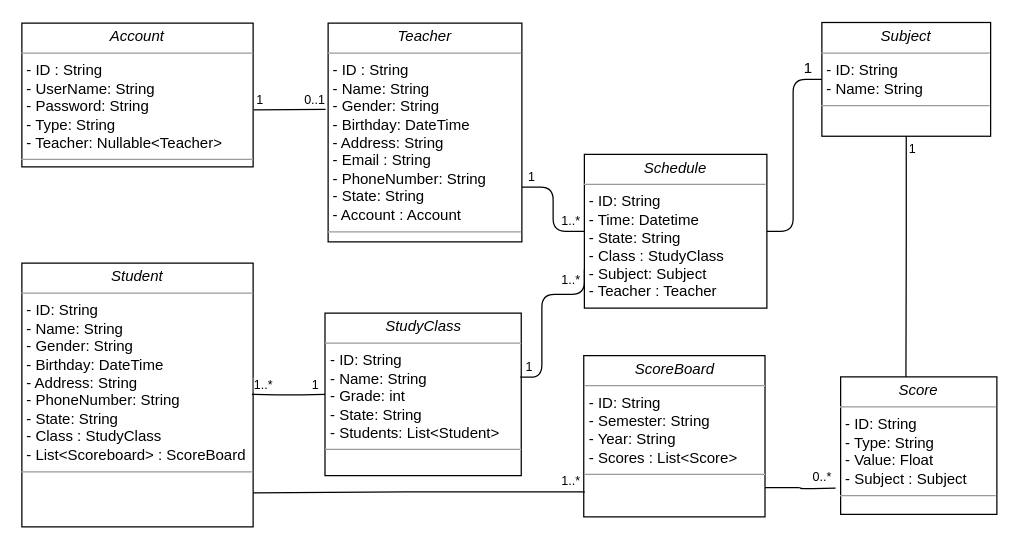
This is Docs/Class Diagram.drawio from lydongcanh/DO-AN-CONG-NGHE-MOI, a draw.io file, before an edit. Source tidied: cells renumbered, new cells numbered last; positions are measured from the earlier drawing's top-left corner, leaving out a move shared by most shapes. Both pictures are drawn from the tidied source at 125%, with x=0, y=0 at pixel (21, 21).
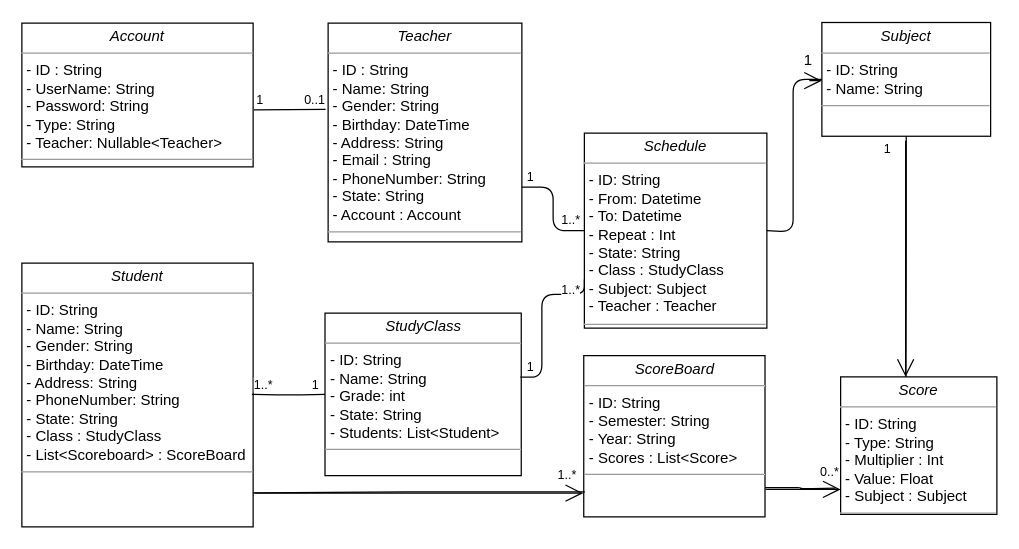
After the change.

Unchanged cells that the change refers to:
```xml
<mxCell id="6" value="&lt;p style=&quot;margin: 0px ; margin-top: 4px ; text-align: center&quot;&gt;&lt;i&gt;ScoreBoard&lt;/i&gt;&lt;/p&gt;&lt;hr size=&quot;1&quot;&gt;&lt;p style=&quot;margin: 0px ; margin-left: 4px&quot;&gt;- ID: String&lt;/p&gt;&lt;p style=&quot;margin: 0px ; margin-left: 4px&quot;&gt;- Semester: String&lt;/p&gt;&lt;p style=&quot;margin: 0px ; margin-left: 4px&quot;&gt;- Year: String&lt;/p&gt;&lt;p style=&quot;margin: 0px ; margin-left: 4px&quot;&gt;- Scores : List&amp;lt;Score&amp;gt;&lt;/p&gt;&lt;hr size=&quot;1&quot;&gt;&lt;p style=&quot;margin: 0px ; margin-left: 4px&quot;&gt;&lt;br&gt;&lt;br&gt;&lt;/p&gt;" style="verticalAlign=top;align=left;overflow=fill;fontSize=12;fontFamily=Helvetica;html=1;rounded=0;shadow=0;comic=0;labelBackgroundColor=none;strokeColor=#000000;strokeWidth=1;fillColor=#ffffff;" parent="1" vertex="1">
  <mxGeometry x="449.5" y="267" width="145" height="129" as="geometry" />
</mxCell>
<mxCell id="13" style="endArrow=none;html=1;edgeStyle=orthogonalEdgeStyle;strokeColor=#000000;exitX=0.5;exitY=1;exitDx=0;exitDy=0;entryX=0.418;entryY=0;entryDx=0;entryDy=0;entryPerimeter=0;" parent="1" edge="1" source="5" target="7">
  <mxGeometry relative="1" as="geometry">
    <Array as="points">
      <mxPoint x="708" y="187" />
      <mxPoint x="707" y="187" />
    </Array>
  </mxGeometry>
</mxCell>
<mxCell id="24" style="endArrow=none;html=1;edgeStyle=orthogonalEdgeStyle;strokeColor=#000000;exitX=0.006;exitY=0.845;exitDx=0;exitDy=0;exitPerimeter=0;entryX=1;entryY=0.871;entryDx=0;entryDy=0;entryPerimeter=0;" parent="1" edge="1" source="6" target="8">
  <mxGeometry relative="1" as="geometry" />
</mxCell>
<mxCell id="26" style="endArrow=none;html=1;edgeStyle=orthogonalEdgeStyle;strokeColor=#000000;entryX=1;entryY=0.818;entryDx=0;entryDy=0;entryPerimeter=0;" parent="1" edge="1" target="6">
  <mxGeometry relative="1" as="geometry">
    <mxPoint x="651" y="373" as="sourcePoint" />
  </mxGeometry>
</mxCell>
```

What changed in the source:
```diff
@@
-    <mxCell id="4" value="&lt;p style=&quot;margin: 0px ; margin-top: 4px ; text-align: center&quot;&gt;&lt;i&gt;Schedule&lt;/i&gt;&lt;/p&gt;&lt;hr size=&quot;1&quot;&gt;&lt;p style=&quot;margin: 0px ; margin-left: 4px&quot;&gt;- ID: String&lt;/p&gt;&lt;p style=&quot;margin: 0px ; margin-left: 4px&quot;&gt;- Time: Datetime&lt;/p&gt;&lt;p style=&quot;margin: 0px ; margin-left: 4px&quot;&gt;- State: String&lt;/p&gt;&lt;p style=&quot;margin: 0px ; margin-left: 4px&quot;&gt;- Class : StudyClass&lt;/p&gt;&lt;p style=&quot;margin: 0px ; margin-left: 4px&quot;&gt;- Subject: Subject&lt;/p&gt;&lt;p style=&quot;margin: 0px ; margin-left: 4px&quot;&gt;- Teacher : Teacher&lt;/p&gt;&lt;hr size=&quot;1&quot;&gt;&lt;p style=&quot;margin: 0px ; margin-left: 4px&quot;&gt;&lt;br&gt;&lt;br&gt;&lt;/p&gt;" style="verticalAlign=top;align=left;overflow=fill;fontSize=12;fontFamily=Helvetica;html=1;rounded=0;shadow=0;comic=0;labelBackgroundColor=none;strokeColor=#000000;strokeWidth=1;fillColor=#ffffff;" parent="1" vertex="1">
-      <mxGeometry x="450" y="106" width="146" height="123" as="geometry" />
+    <mxCell id="4" value="&lt;p style=&quot;margin: 0px ; margin-top: 4px ; text-align: center&quot;&gt;&lt;i&gt;Schedule&lt;/i&gt;&lt;/p&gt;&lt;hr size=&quot;1&quot;&gt;&lt;p style=&quot;margin: 0px ; margin-left: 4px&quot;&gt;- ID: String&lt;/p&gt;&lt;p style=&quot;margin: 0px ; margin-left: 4px&quot;&gt;- From: Datetime&lt;/p&gt;&lt;p style=&quot;margin: 0px ; margin-left: 4px&quot;&gt;- To: Datetime&lt;/p&gt;&lt;p style=&quot;margin: 0px ; margin-left: 4px&quot;&gt;- Repeat : Int&lt;/p&gt;&lt;p style=&quot;margin: 0px ; margin-left: 4px&quot;&gt;- State: String&lt;/p&gt;&lt;p style=&quot;margin: 0px ; margin-left: 4px&quot;&gt;- Class : StudyClass&lt;/p&gt;&lt;p style=&quot;margin: 0px ; margin-left: 4px&quot;&gt;- Subject: Subject&lt;/p&gt;&lt;p style=&quot;margin: 0px ; margin-left: 4px&quot;&gt;- Teacher : Teacher&lt;/p&gt;&lt;hr size=&quot;1&quot;&gt;&lt;p style=&quot;margin: 0px ; margin-left: 4px&quot;&gt;&lt;br&gt;&lt;br&gt;&lt;/p&gt;" style="verticalAlign=top;align=left;overflow=fill;fontSize=12;fontFamily=Helvetica;html=1;rounded=0;shadow=0;comic=0;labelBackgroundColor=none;strokeColor=#000000;strokeWidth=1;fillColor=#ffffff;" parent="1" vertex="1">
+      <mxGeometry x="450" y="89" width="146" height="156" as="geometry" />
     </mxCell>
@@
-    <mxCell id="7" value="&lt;p style=&quot;margin: 0px ; margin-top: 4px ; text-align: center&quot;&gt;&lt;i&gt;Score&lt;/i&gt;&lt;/p&gt;&lt;hr size=&quot;1&quot;&gt;&lt;p style=&quot;margin: 0px ; margin-left: 4px&quot;&gt;- ID: String&lt;/p&gt;&lt;p style=&quot;margin: 0px ; margin-left: 4px&quot;&gt;- Type: String&lt;/p&gt;&lt;p style=&quot;margin: 0px ; margin-left: 4px&quot;&gt;- Value: Float&lt;/p&gt;&lt;p style=&quot;margin: 0px ; margin-left: 4px&quot;&gt;- Subject : Subject&lt;br&gt;&lt;/p&gt;&lt;hr size=&quot;1&quot;&gt;&lt;p style=&quot;margin: 0px ; margin-left: 4px&quot;&gt;&lt;br&gt;&lt;br&gt;&lt;/p&gt;" style="verticalAlign=top;align=left;overflow=fill;fontSize=12;fontFamily=Helvetica;html=1;rounded=0;shadow=0;comic=0;labelBackgroundColor=none;strokeColor=#000000;strokeWidth=1;fillColor=#ffffff;" parent="1" vertex="1">
+    <mxCell id="7" value="&lt;p style=&quot;margin: 0px ; margin-top: 4px ; text-align: center&quot;&gt;&lt;i&gt;Score&lt;/i&gt;&lt;/p&gt;&lt;hr size=&quot;1&quot;&gt;&lt;p style=&quot;margin: 0px ; margin-left: 4px&quot;&gt;- ID: String&lt;/p&gt;&lt;p style=&quot;margin: 0px ; margin-left: 4px&quot;&gt;- Type: String&lt;/p&gt;&lt;p style=&quot;margin: 0px ; margin-left: 4px&quot;&gt;- Multiplier : Int&lt;/p&gt;&lt;p style=&quot;margin: 0px ; margin-left: 4px&quot;&gt;- Value: Float&lt;/p&gt;&lt;p style=&quot;margin: 0px ; margin-left: 4px&quot;&gt;- Subject : Subject&lt;br&gt;&lt;/p&gt;&lt;hr size=&quot;1&quot;&gt;&lt;p style=&quot;margin: 0px ; margin-left: 4px&quot;&gt;&lt;br&gt;&lt;br&gt;&lt;/p&gt;" style="verticalAlign=top;align=left;overflow=fill;fontSize=12;fontFamily=Helvetica;html=1;rounded=0;shadow=0;comic=0;labelBackgroundColor=none;strokeColor=#000000;strokeWidth=1;fillColor=#ffffff;" parent="1" vertex="1">
       <mxGeometry x="655" y="284" width="125" height="110" as="geometry" />
     </mxCell>
@@
     <mxCell id="14" value="1" style="html=1;align=left;verticalAlign=bottom;labelBackgroundColor=#ffffff;fontSize=10;" parent="13" vertex="1">
       <mxGeometry x="-1" relative="1" as="geometry">
-        <mxPoint y="17" as="offset" />
+        <mxPoint x="-20" y="17" as="offset" />
       </mxGeometry>
     </mxCell>
@@
     <mxCell id="25" value="1..*" style="html=1;align=left;verticalAlign=bottom;labelBackgroundColor=#ffffff;fontSize=10;" parent="24" vertex="1">
       <mxGeometry x="-1" relative="1" as="geometry">
-        <mxPoint x="-20.5" y="-1" as="offset" />
+        <mxPoint x="-23" y="-6" as="offset" />
       </mxGeometry>
     </mxCell>
@@
     <mxCell id="27" value="0..*" style="html=1;align=left;verticalAlign=bottom;labelBackgroundColor=#ffffff;fontSize=10;" parent="26" vertex="1">
       <mxGeometry x="-1" relative="1" as="geometry">
-        <mxPoint x="-20.5" y="-1" as="offset" />
+        <mxPoint x="-14.5" y="-5" as="offset" />
       </mxGeometry>
     </mxCell>
     <mxCell id="28" value="1" style="text;html=1;align=left;verticalAlign=top;spacingTop=-4;" parent="1" vertex="1">
-      <mxGeometry x="624" y="27" width="16" height="14" as="geometry" />
+      <mxGeometry x="624" y="20.5" width="16" height="14" as="geometry" />
     </mxCell>
@@
+    <mxCell id="30" style="endArrow=open;endFill=1;endSize=12;html=1;exitX=1.003;exitY=0.829;exitDx=0;exitDy=0;exitPerimeter=0;" parent="1" edge="1" source="6">
+      <mxGeometry relative="1" as="geometry">
+        <mxPoint x="655" y="374" as="targetPoint" />
+      </mxGeometry>
+    </mxCell>
+    <mxCell id="31" style="endArrow=open;endFill=1;endSize=12;html=1;" parent="1" edge="1">
+      <mxGeometry relative="1" as="geometry">
+        <mxPoint x="186" y="377" as="sourcePoint" />
+        <mxPoint x="449" y="377" as="targetPoint" />
+      </mxGeometry>
+    </mxCell>
+    <mxCell id="32" style="endArrow=open;endFill=1;endSize=12;html=1;" parent="1" edge="1">
+      <mxGeometry relative="1" as="geometry">
+        <mxPoint x="707" y="95" as="sourcePoint" />
+        <mxPoint x="707" y="284" as="targetPoint" />
+      </mxGeometry>
+    </mxCell>
+    <mxCell id="33" style="endArrow=open;endFill=1;endSize=12;html=1;" parent="1" edge="1">
+      <mxGeometry relative="1" as="geometry">
+        <mxPoint x="630" y="47" as="sourcePoint" />
+        <mxPoint x="640" y="47" as="targetPoint" />
+      </mxGeometry>
+    </mxCell>
```
